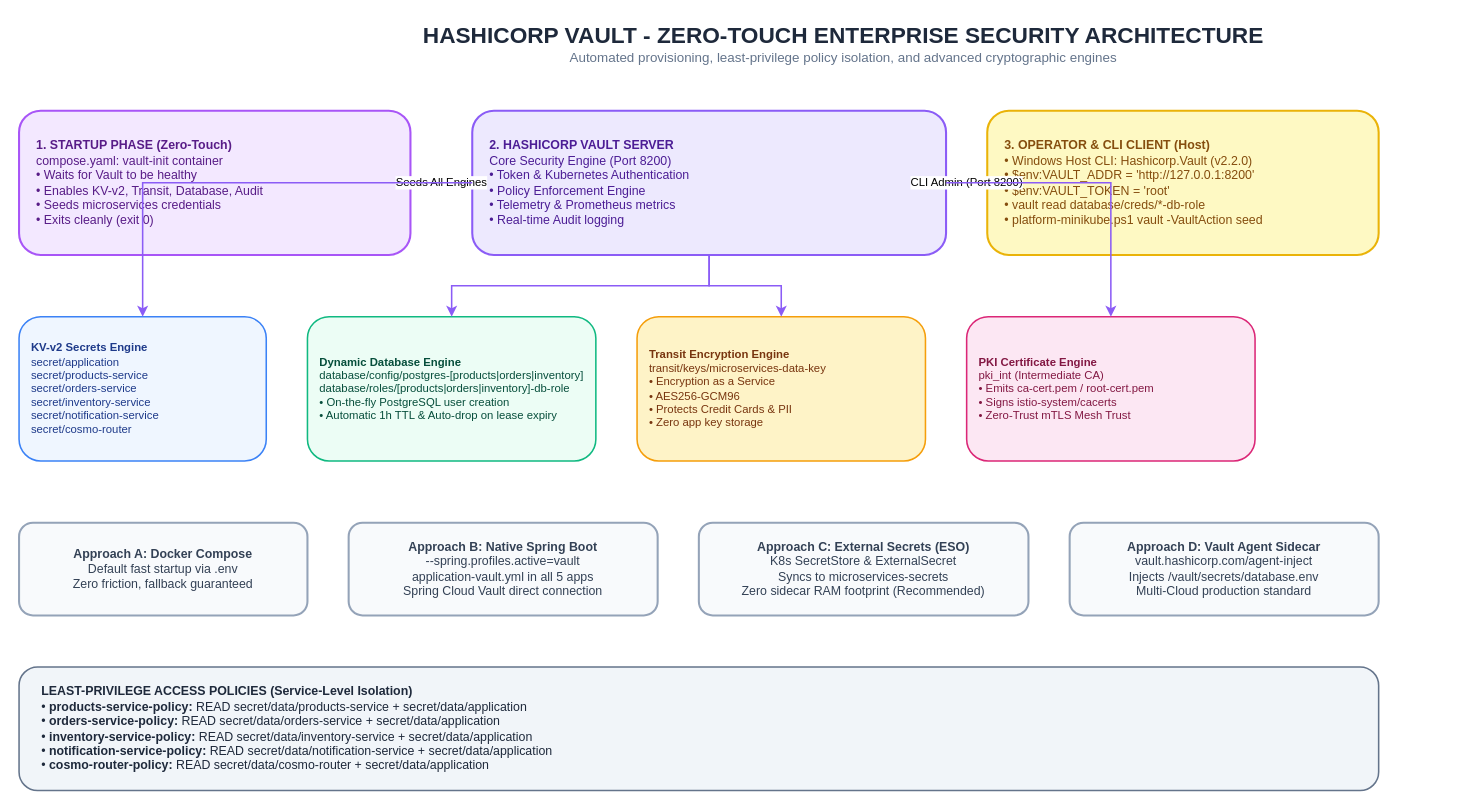
This is page "2. HashiCorp Vault - Zero-Touch Security Architecture" (2 of 16) of docs/Diagrams.drawio from GeorgeGxx/microservices-architecture, a draw.io file, before an edit. Source tidied: cells renumbered, new cells numbered last; positions are measured from the earlier drawing's top-left corner, leaving out a move shared by most shapes. Both pictures are drawn from the tidied source at 103%, with x=0, y=0 at pixel (19, 18).
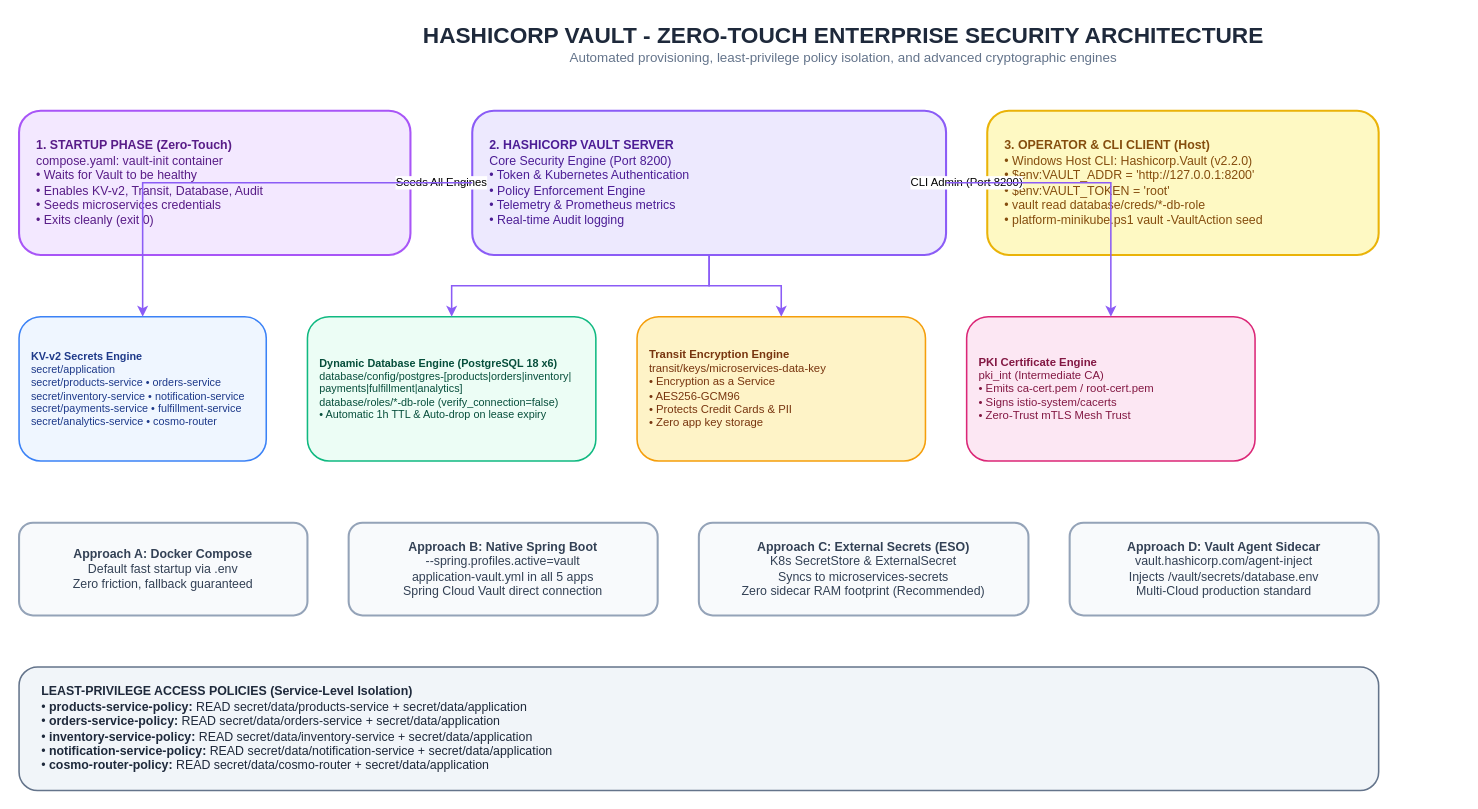
The same page after the edit.

The edit, as a diff of the source:
```diff
@@
-    <mxCell id="6" value="&lt;b&gt;KV-v2 Secrets Engine&lt;/b&gt;&lt;br&gt;secret/application&lt;br&gt;secret/products-service&lt;br&gt;secret/orders-service&lt;br&gt;secret/inventory-service&lt;br&gt;secret/notification-service&lt;br&gt;secret/cosmo-router" style="rounded=1;whiteSpace=wrap;html=1;fillColor=#EFF6FF;strokeColor=#3B82F6;strokeWidth=1.5;fontColor=#1E3A8A;fontSize=11;align=left;spacingLeft=10;" parent="1" vertex="1">
+    <mxCell id="6" value="&lt;b&gt;KV-v2 Secrets Engine&lt;/b&gt;&lt;br&gt;secret/application&lt;br&gt;secret/products-service • orders-service&lt;br&gt;secret/inventory-service • notification-service&lt;br&gt;secret/payments-service • fulfillment-service&lt;br&gt;secret/analytics-service • cosmo-router" style="rounded=1;whiteSpace=wrap;html=1;fillColor=#EFF6FF;strokeColor=#3B82F6;strokeWidth=1.5;fontColor=#1E3A8A;fontSize=10.5;align=left;spacingLeft=10;" parent="1" vertex="1">
       <mxGeometry y="290" width="240" height="140" as="geometry" />
     </mxCell>
-    <mxCell id="7" value="&lt;b&gt;Dynamic Database Engine&lt;/b&gt;&lt;br&gt;database/config/postgres-[products|orders|inventory]&lt;br&gt;database/roles/[products|orders|inventory]-db-role&lt;br&gt;• On-the-fly PostgreSQL user creation&lt;br&gt;• Automatic 1h TTL &amp; Auto-drop on lease expiry" style="rounded=1;whiteSpace=wrap;html=1;fillColor=#ECFDF5;strokeColor=#10B981;strokeWidth=1.5;fontColor=#064E3B;fontSize=11;align=left;spacingLeft=10;" parent="1" vertex="1">
+    <mxCell id="7" value="&lt;b&gt;Dynamic Database Engine (PostgreSQL 18 x6)&lt;/b&gt;&lt;br&gt;database/config/postgres-[products|orders|inventory|&lt;br&gt;payments|fulfillment|analytics]&lt;br&gt;database/roles/*-db-role (verify_connection=false)&lt;br&gt;• Automatic 1h TTL &amp;amp; Auto-drop on lease expiry" style="rounded=1;whiteSpace=wrap;html=1;fillColor=#ECFDF5;strokeColor=#10B981;strokeWidth=1.5;fontColor=#064E3B;fontSize=10.5;align=left;spacingLeft=10;" parent="1" vertex="1">
       <mxGeometry x="280" y="290" width="280" height="140" as="geometry" />
     </mxCell>
```
